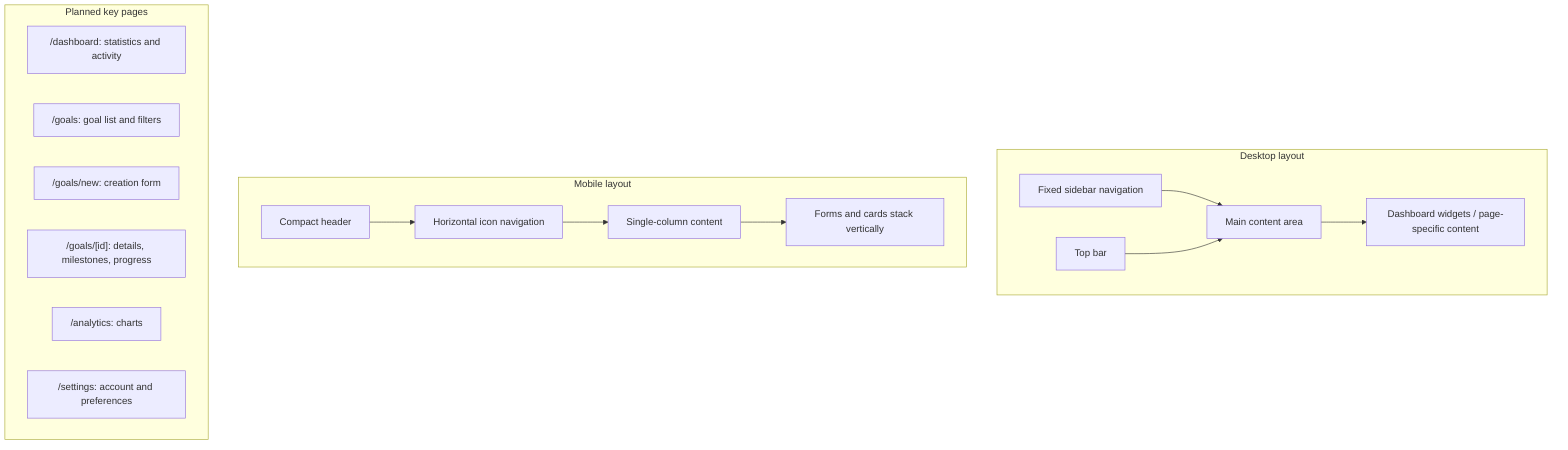
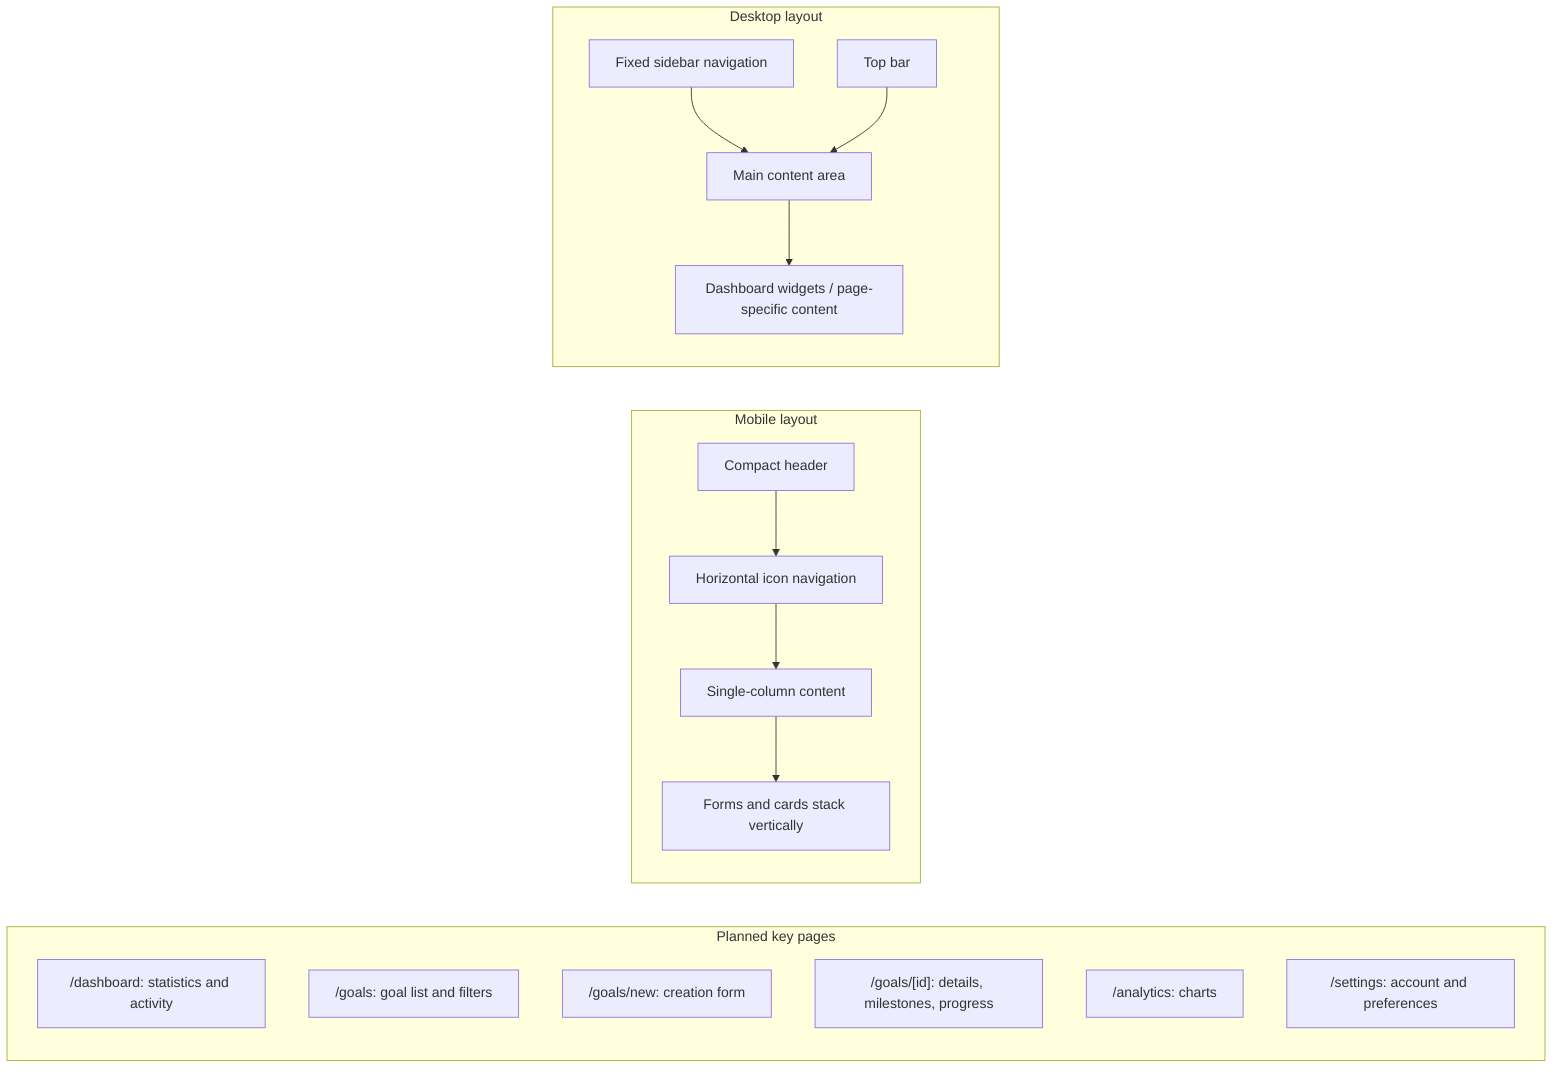
flowchart TB
  subgraph Desktop["Desktop layout"]
+     direction TB
    D1["Fixed sidebar navigation"]
    D2["Top bar"]
    D3["Main content area"]
    D4["Dashboard widgets / page-specific content"]
    D1 --> D3
    D2 --> D3
    D3 --> D4
  end

  subgraph Mobile["Mobile layout"]
+     direction TB
    M1["Compact header"]
    M2["Horizontal icon navigation"]
    M3["Single-column content"]
    M4["Forms and cards stack vertically"]
    M1 --> M2
    M2 --> M3
    M3 --> M4
  end

  subgraph Pages["Planned key pages"]
+     direction TB
    P1["/dashboard: statistics and activity"]
    P2["/goals: goal list and filters"]
    P3["/goals/new: creation form"]
    P4["/goals/[id]: details, milestones, progress"]
    P5["/analytics: charts"]
    P6["/settings: account and preferences"]
  end
+ 
+   D4 ~~~ M1
+   M4 ~~~ P1
